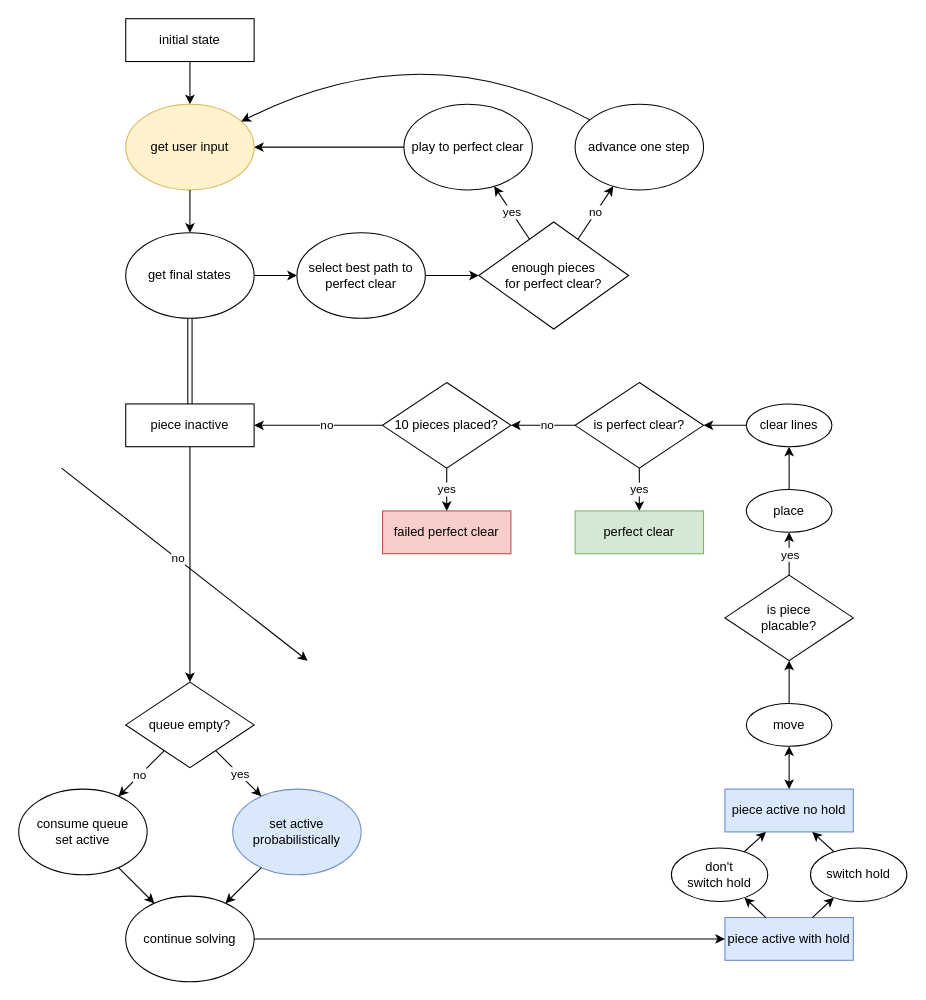
The draw.io diagram state_diagram.drawio in bryanmylee/perfect-clear, before the edit. Source tidied: cells renumbered, new cells numbered last; positions are measured from the earlier drawing's top-left corner, leaving out a move shared by most shapes. Both pictures are drawn from the tidied source at 107%, with x=0, y=0 at pixel (18, 18).
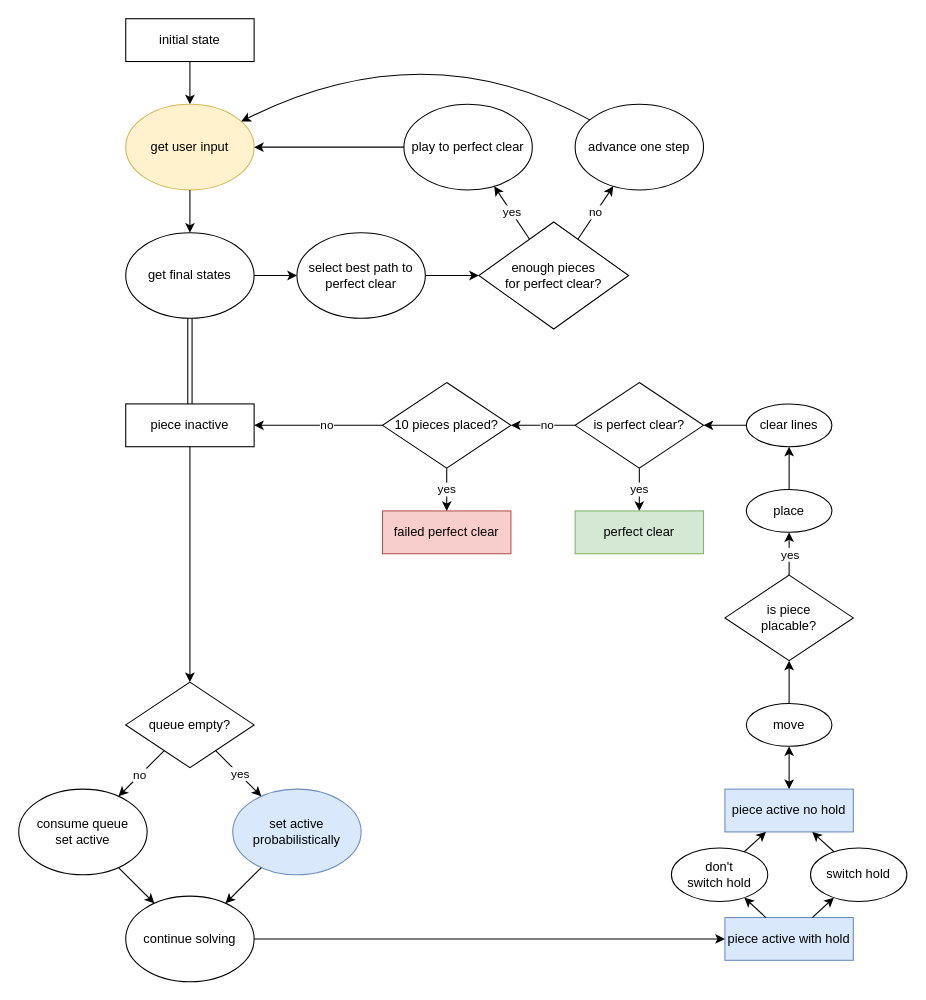
The same page after the edit.

Commit message:
chore: update state diagram

Change to the diagram source:
```diff
@@
-    <mxCell id="14" style="endArrow=classic;html=1;rounded=0;" parent="1" edge="1">
-      <mxGeometry relative="1" as="geometry">
-        <mxPoint x="40" y="420" as="sourcePoint" />
-        <mxPoint x="270" y="600" as="targetPoint" />
-      </mxGeometry>
-    </mxCell>
-    <mxCell id="15" value="no" style="edgeLabel;html=1;align=center;verticalAlign=middle;" parent="14" vertex="1">
-      <mxGeometry x="-0.06" y="1" relative="1" as="geometry" />
-    </mxCell>
```
